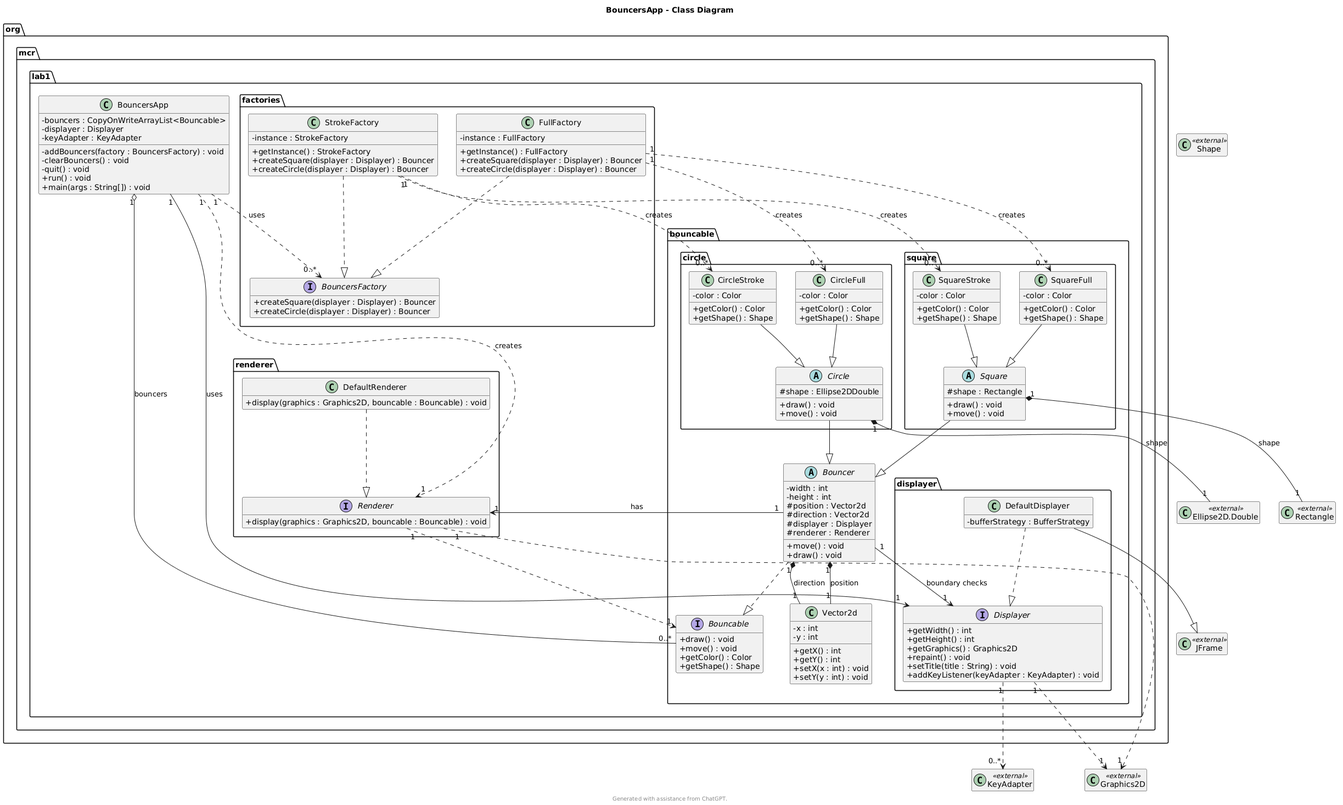
Before: diagram.png, a diagram exported from PlantUML (MauroWasTaken/MCR-Lab1). Source of this version:
```plantuml
@startuml
title BouncersApp - Class Diagram
footer Generated with assistance from ChatGPT.
skinparam classAttributeIconSize 0
hide empty methods
hide empty fields

class JFrame <<external>>
class Graphics2D <<external>>
class Shape <<external>>
class Rectangle <<external>>
class "Ellipse2D.Double" as Ellipse2DDouble <<external>>
class KeyAdapter <<external>>

package "org.mcr.lab1" {
  class BouncersApp {
    - bouncers : CopyOnWriteArrayList<Bouncable>
    - displayer : Displayer
    - keyAdapter : KeyAdapter
    - addBouncers(factory : BouncersFactory) : void
    - clearBouncers() : void
    - quit() : void
    + run() : void
    + main(args : String[]) : void
  }
}

package "org.mcr.lab1.bouncable" {
  interface Bouncable {
    + draw() : void
    + move() : void
    + getColor() : Color
    + getShape() : Shape
  }

  abstract class Bouncer {
    - width : int
    - height : int
    # position : Vector2d
    # direction : Vector2d
    # displayer : Displayer
    # renderer : Renderer
    + move() : void
    + draw() : void
  }

  class Vector2d {
    - x : int
    - y : int
    + getX() : int
    + getY() : int
    + setX(x : int) : void
    + setY(y : int) : void
  }
}

package "org.mcr.lab1.bouncable.circle" {
  abstract class Circle {
    # shape : Ellipse2DDouble
    + draw() : void
    + move() : void
  }

  class CircleFull {
    - color : Color
    + getColor() : Color
    + getShape() : Shape
  }

  class CircleStroke {
    - color : Color
    + getColor() : Color
    + getShape() : Shape
  }
}

package "org.mcr.lab1.bouncable.square" {
  abstract class Square {
    # shape : Rectangle
    + draw() : void
    + move() : void
  }

  class SquareFull {
    - color : Color
    + getColor() : Color
    + getShape() : Shape
  }

  class SquareStroke {
    - color : Color
    + getColor() : Color
    + getShape() : Shape
  }
}

package "org.mcr.lab1.bouncable.displayer" {
  interface Displayer {
    + getWidth() : int
    + getHeight() : int
    + getGraphics() : Graphics2D
    + repaint() : void
    + setTitle(title : String) : void
    + addKeyListener(keyAdapter : KeyAdapter) : void
  }

  class DefaultDisplayer {
    - bufferStrategy : BufferStrategy
  }
}

package "org.mcr.lab1.renderer" {
  interface Renderer {
    + display(graphics : Graphics2D, bouncable : Bouncable) : void
  }

  class DefaultRenderer {
    + display(graphics : Graphics2D, bouncable : Bouncable) : void
  }
}

package "org.mcr.lab1.factories" {
  interface BouncersFactory {
    + createSquare(displayer : Displayer) : Bouncer
    + createCircle(displayer : Displayer) : Bouncer
  }

  class FullFactory {
    - instance : FullFactory
    + getInstance() : FullFactory
    + createSquare(displayer : Displayer) : Bouncer
    + createCircle(displayer : Displayer) : Bouncer
  }

  class StrokeFactory {
    - instance : StrokeFactory
    + getInstance() : StrokeFactory
    + createSquare(displayer : Displayer) : Bouncer
    + createCircle(displayer : Displayer) : Bouncer
  }
}

Bouncer ..|> Bouncable
Circle --|> Bouncer
Square --|> Bouncer

CircleFull --|> Circle
CircleStroke --|> Circle
SquareFull --|> Square
SquareStroke --|> Square

DefaultDisplayer ..|> Displayer
DefaultDisplayer --|> JFrame

DefaultRenderer ..|> Renderer
FullFactory ..|> BouncersFactory
StrokeFactory ..|> BouncersFactory

BouncersApp "1" o-- "0..*" Bouncable : bouncers
BouncersApp "1" --> "1" Displayer : uses
BouncersApp "1" ..> "1" Renderer : creates
BouncersApp "1" ..> "0..*" BouncersFactory : uses

Bouncer "1" *-- "1" Vector2d : position
Bouncer "1" *-- "1" Vector2d : direction
Bouncer "1" --> "1" Displayer : boundary checks
Bouncer "1" --> "1" Renderer : has

Circle "1" *-- "1" Ellipse2DDouble : shape
Square "1" *-- "1" Rectangle : shape

Renderer "1" ..> "1" Graphics2D
Renderer "1" ..> "1" Bouncable

Displayer "1" ..> "1" Graphics2D
Displayer "1" ..> "0..*" KeyAdapter

FullFactory "1" ..> "0..*" CircleFull : creates
FullFactory "1" ..> "0..*" SquareFull : creates
StrokeFactory "1" ..> "0..*" CircleStroke : creates
StrokeFactory "1" ..> "0..*" SquareStroke : creates
@enduml
```
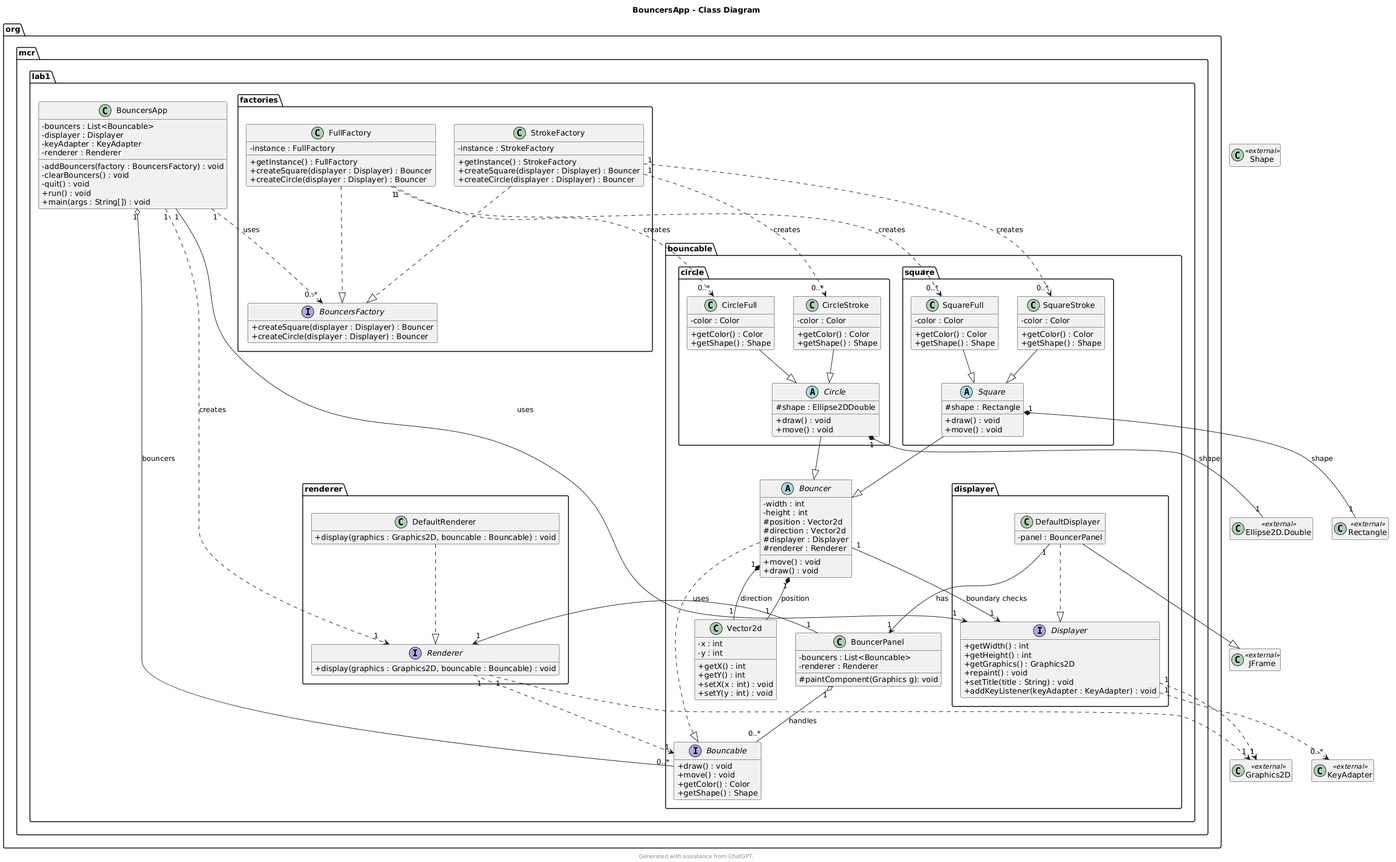
The same file after the commit.

Change to the diagram source:
```diff
@@ -14,9 +14,10 @@
 
 package "org.mcr.lab1" {
   class BouncersApp {
-    - bouncers : CopyOnWriteArrayList<Bouncable>
+    - bouncers : List<Bouncable>
     - displayer : Displayer
     - keyAdapter : KeyAdapter
+    - renderer : Renderer
     - addBouncers(factory : BouncersFactory) : void
     - clearBouncers() : void
     - quit() : void
@@ -44,6 +45,12 @@
     + draw() : void
   }
 
+  class BouncerPanel {
+    - bouncers : List<Bouncable>
+    - renderer : Renderer
+    # paintComponent(Graphics g): void
+  }
+
   class Vector2d {
     - x : int
     - y : int
@@ -55,7 +62,7 @@
 }
 
 package "org.mcr.lab1.bouncable.circle" {
-  abstract class Circle {
+  abstract class "Circle" {
     # shape : Ellipse2DDouble
     + draw() : void
     + move() : void
@@ -105,7 +112,7 @@
   }
 
   class DefaultDisplayer {
-    - bufferStrategy : BufferStrategy
+    - panel : BouncerPanel
   }
 }
 
@@ -164,7 +171,11 @@
 Bouncer "1" *-- "1" Vector2d : position
 Bouncer "1" *-- "1" Vector2d : direction
 Bouncer "1" --> "1" Displayer : boundary checks
-Bouncer "1" --> "1" Renderer : has
+
+DefaultDisplayer "1" --> "1" BouncerPanel : has
+
+BouncerPanel "1" o-- "0..*" Bouncable : handles
+BouncerPanel "1" --> "1" Renderer : uses
 
 Circle "1" *-- "1" Ellipse2DDouble : shape
 Square "1" *-- "1" Rectangle : shape
```
